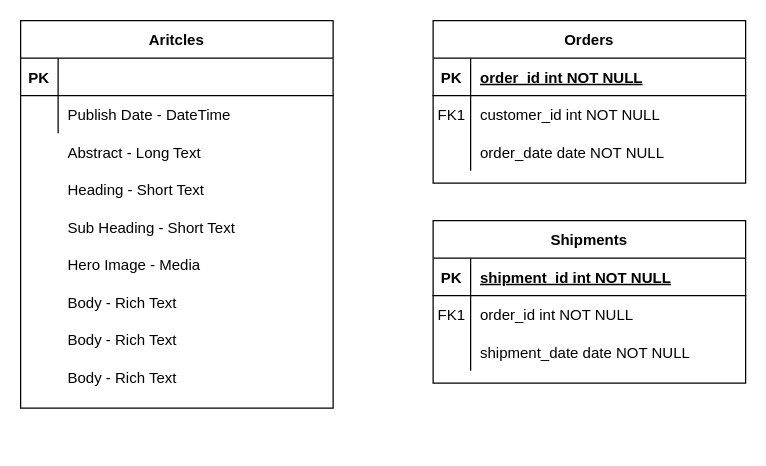
This is Untitled Diagram.drawio from kkankala/erdiagrams, a draw.io file, before an edit. Source tidied: cells renumbered, new cells numbered last; positions are measured from the earlier drawing's top-left corner, leaving out a move shared by most shapes. Both pictures are drawn from the tidied source at 125%, with x=0, y=0 at pixel (20, 20).
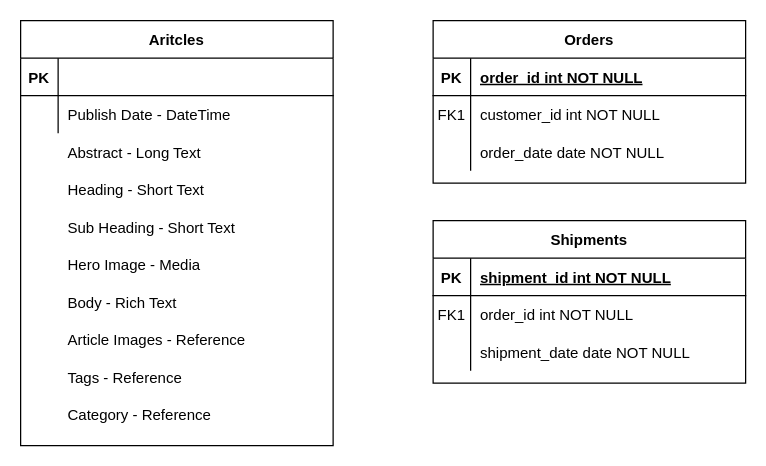
The same page after the edit.

Commit message:
adding articles entity

Diff of the diagram source:
```diff
@@
     <mxCell id="22" value="Aritcles" style="shape=table;startSize=30;childLayout=tableLayout;rowLines=0;fontStyle=1;align=center;" parent="1" vertex="1">
-      <mxGeometry width="250" height="310" as="geometry" />
+      <mxGeometry width="250" height="340" as="geometry" />
     </mxCell>
@@
-    <mxCell id="34" value="Body - Rich Text" style="shape=partialRectangle;overflow=hidden;fillColor=none;top=0;left=0;bottom=0;right=0;align=left;spacingLeft=6;" parent="1" vertex="1">
+    <mxCell id="34" value="Article Images - Reference" style="shape=partialRectangle;overflow=hidden;fillColor=none;top=0;left=0;bottom=0;right=0;align=left;spacingLeft=6;" parent="1" vertex="1">
       <mxGeometry x="30" y="240" width="220" height="30" as="geometry" />
     </mxCell>
-    <mxCell id="35" value="Body - Rich Text" style="shape=partialRectangle;overflow=hidden;fillColor=none;top=0;left=0;bottom=0;right=0;align=left;spacingLeft=6;" parent="1" vertex="1">
+    <mxCell id="35" value="Tags - Reference" style="shape=partialRectangle;overflow=hidden;fillColor=none;top=0;left=0;bottom=0;right=0;align=left;spacingLeft=6;" parent="1" vertex="1">
       <mxGeometry x="30" y="270" width="220" height="30" as="geometry" />
     </mxCell>
+    <mxCell id="36" value="Category - Reference" style="shape=partialRectangle;overflow=hidden;fillColor=none;top=0;left=0;bottom=0;right=0;align=left;spacingLeft=6;" parent="1" vertex="1">
+      <mxGeometry x="30" y="300" width="220" height="30" as="geometry" />
+    </mxCell>
```
